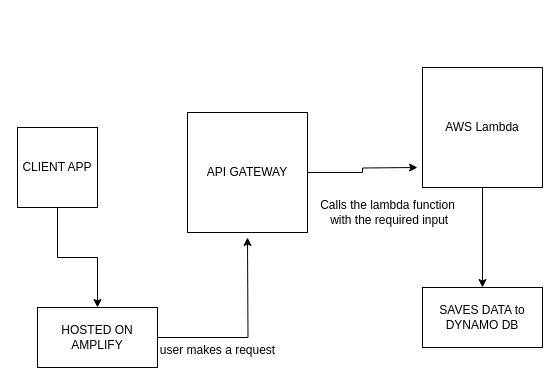
The draw.io diagram Untitled Diagram.drawio in Nirbhay007/aws-services-app, before the edit. Source tidied: cells renumbered, new cells numbered last; positions are measured from the earlier drawing's top-left corner, leaving out a move shared by most shapes. Both pictures are drawn from the tidied source at 100%, with x=0, y=0 at pixel (17, 67).
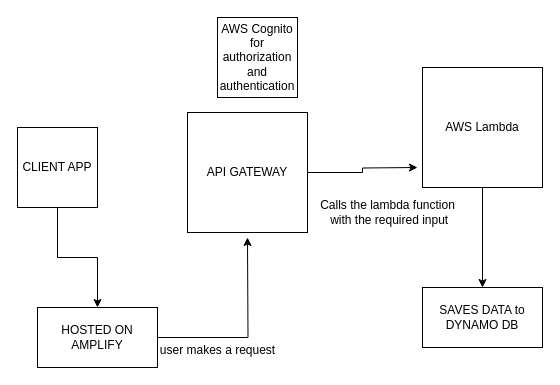
Above is the later version.

Diff of the diagram source:
```diff
@@
 <mxGraphModel>
   <root>
     <mxCell id="0" />
     <mxCell id="1" parent="0" />
     <mxCell id="2" style="edgeStyle=orthogonalEdgeStyle;rounded=0;jettySize=auto;html=1;" parent="1" edge="1" source="3" target="12">
       <mxGeometry relative="1" as="geometry" />
     </mxCell>
     <mxCell id="3" value="AWS Lambda" style="whiteSpace=wrap;html=1;" parent="1" vertex="1">
       <mxGeometry x="405" width="120" height="120" as="geometry" />
     </mxCell>
     <mxCell id="4" style="edgeStyle=orthogonalEdgeStyle;rounded=0;jettySize=auto;html=1;" parent="1" edge="1" source="5" target="9">
       <mxGeometry relative="1" as="geometry" />
     </mxCell>
     <mxCell id="5" value="CLIENT APP" style="whiteSpace=wrap;html=1;" parent="1" vertex="1">
       <mxGeometry y="60" width="80" height="80" as="geometry" />
     </mxCell>
     <mxCell id="6" style="edgeStyle=orthogonalEdgeStyle;rounded=0;jettySize=auto;html=1;" parent="1" edge="1" source="7">
       <mxGeometry relative="1" as="geometry">
         <mxPoint x="400" y="100" as="targetPoint" />
       </mxGeometry>
     </mxCell>
     <mxCell id="7" value="API GATEWAY" style="whiteSpace=wrap;html=1;" parent="1" vertex="1">
       <mxGeometry x="170" y="45" width="120" height="120" as="geometry" />
     </mxCell>
     <mxCell id="8" style="edgeStyle=orthogonalEdgeStyle;rounded=0;jettySize=auto;html=1;" parent="1" edge="1" source="9">
       <mxGeometry relative="1" as="geometry">
         <mxPoint x="230" y="170" as="targetPoint" />
       </mxGeometry>
     </mxCell>
     <mxCell id="9" value="HOSTED ON AMPLIFY" style="rounded=0;whiteSpace=wrap;html=1;" parent="1" vertex="1">
       <mxGeometry x="20" y="240" width="120" height="60" as="geometry" />
     </mxCell>
     <mxCell id="10" value="user makes a request" style="text;html=1;align=center;verticalAlign=middle;strokeColor=none;fillColor=none;" parent="1" vertex="1">
       <mxGeometry x="130" y="268" width="140" height="30" as="geometry" />
     </mxCell>
     <mxCell id="11" value="Calls the lambda function&lt;br&gt;&amp;nbsp;with the required input" style="text;html=1;align=center;verticalAlign=middle;strokeColor=none;fillColor=none;" parent="1" vertex="1">
       <mxGeometry x="290" y="125" width="160" height="40" as="geometry" />
     </mxCell>
     <mxCell id="12" value="SAVES DATA to&lt;br&gt;DYNAMO DB" style="rounded=0;whiteSpace=wrap;html=1;" parent="1" vertex="1">
       <mxGeometry x="405" y="220" width="120" height="60" as="geometry" />
     </mxCell>
+    <mxCell id="13" value="AWS Cognito&lt;br&gt;for authorization and authentication" style="whiteSpace=wrap;html=1;" parent="1" vertex="1">
+      <mxGeometry x="200" y="-50" width="80" height="80" as="geometry" />
+    </mxCell>
   </root>
 </mxGraphModel>
```
